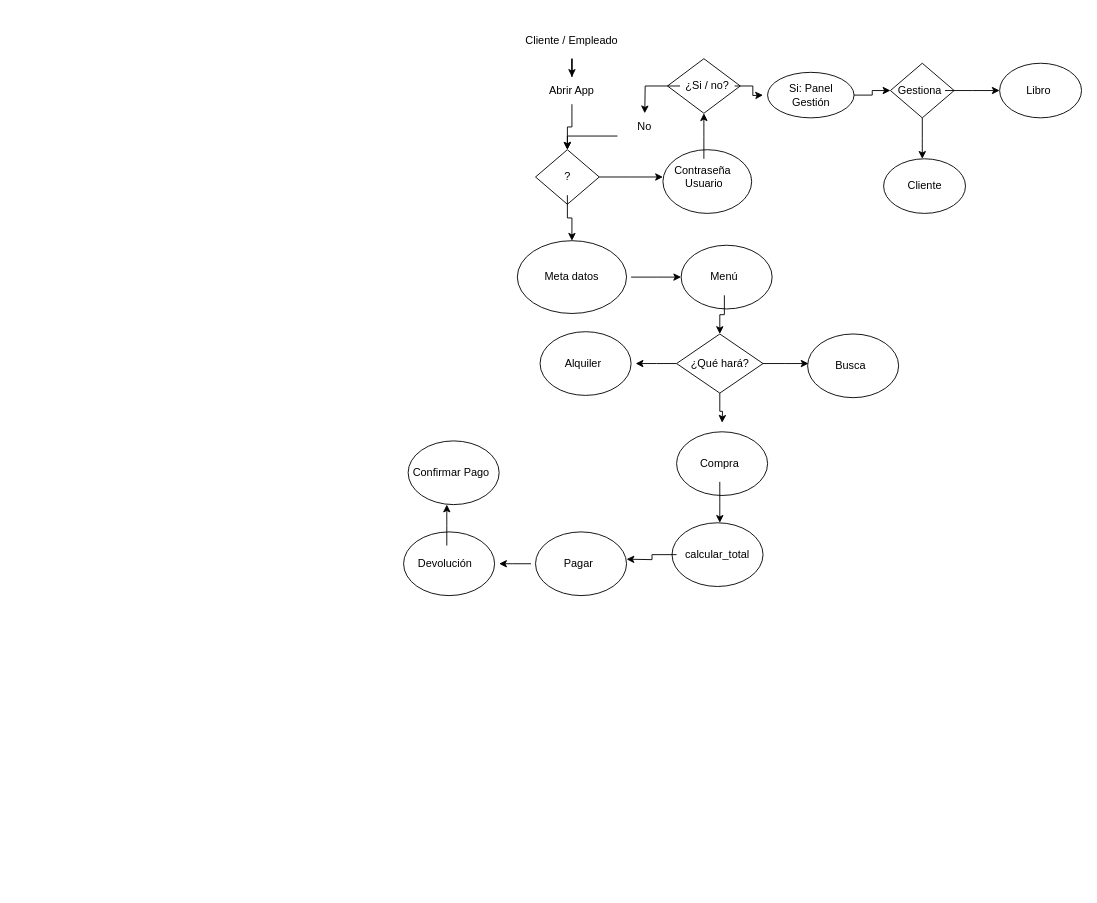
Above: Entornos de Desarrollo/Diagrama Actividades.drawio in UserUnknown27/ProyectoFinDeCursoGrupo5 (draw.io), before the change. Source tidied: cells renumbered, new cells numbered last; positions are measured from the earlier drawing's top-left corner, leaving out a move shared by most shapes. Both pictures are drawn from the tidied source at 91%, with x=0, y=0 at pixel (399, 22).
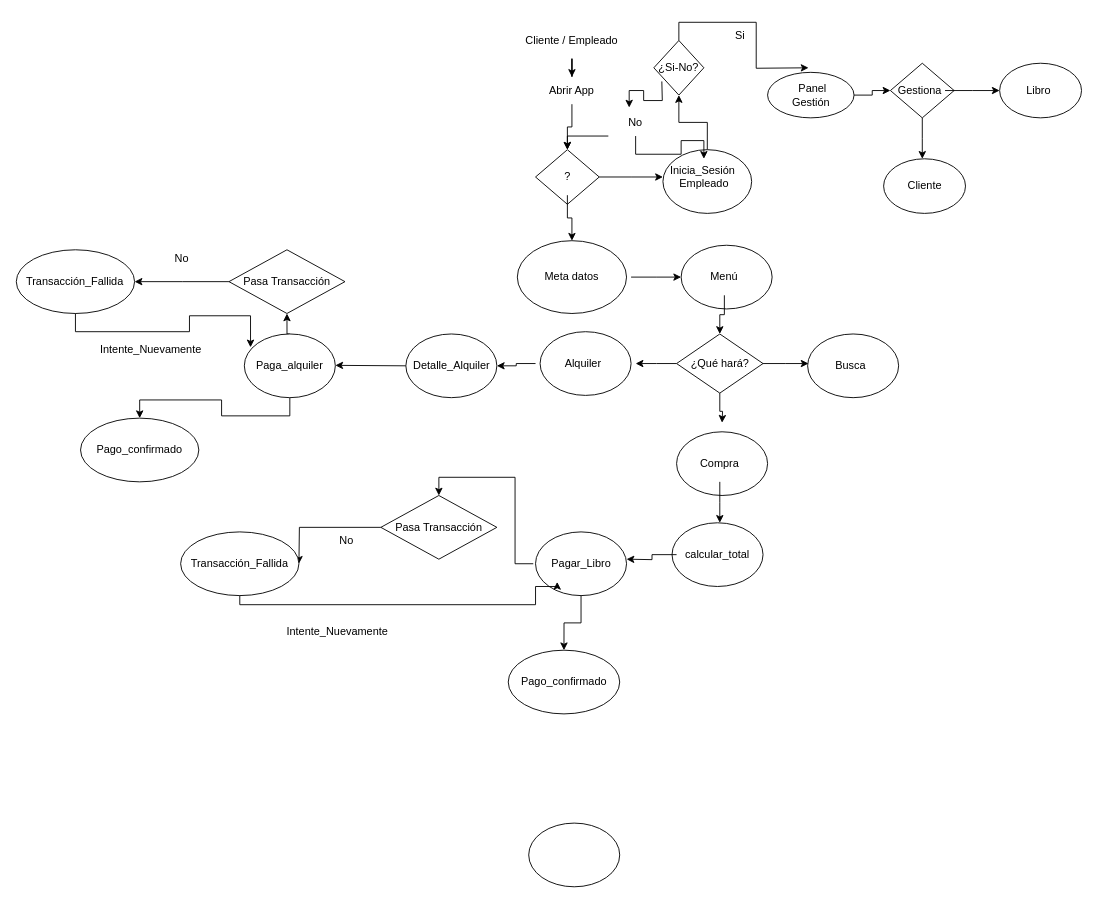
The same diagram, later.

Commit message (it also covers changes not shown here):
Relación entre diagramas: dagrama_E-R, Modelo_Relacional, diagrama_Clases

Unchanged cells that the change refers to:
```xml
<mxCell id="22" value="Alquiler" style="text;html=1;whiteSpace=wrap;strokeColor=none;fillColor=none;align=center;verticalAlign=middle;rounded=0;" parent="1" vertex="1">
  <mxGeometry x="150" y="355" width="105" height="40" as="geometry" />
</mxCell>
<mxCell id="31" style="ellipse;whiteSpace=wrap;html=1;" parent="1" vertex="1">
  <mxGeometry x="150" y="560" width="100" height="70" as="geometry" />
</mxCell>
<mxCell id="39" style="ellipse;whiteSpace=wrap;html=1;" parent="1" vertex="1">
  <mxGeometry x="290" y="140" width="97.5" height="70" as="geometry" />
</mxCell>
```

Change to the diagram source:
```diff
@@
+    <mxCell id="59" style="edgeStyle=orthogonalEdgeStyle;rounded=0;jettySize=auto;html=1;exitX=0;exitY=0.5;exitDx=0;exitDy=0;entryX=1;entryY=0.5;entryDx=0;entryDy=0;" parent="1" edge="1" source="22" target="66">
+      <mxGeometry relative="1" as="geometry" />
+    </mxCell>
@@
+    <mxCell id="60" style="edgeStyle=orthogonalEdgeStyle;rounded=0;jettySize=auto;html=1;exitX=0.5;exitY=1;exitDx=0;exitDy=0;entryX=0.5;entryY=0;entryDx=0;entryDy=0;" parent="1" edge="1" source="31" target="37">
+      <mxGeometry relative="1" as="geometry" />
+    </mxCell>
@@
-    <mxCell id="32" style="edgeStyle=orthogonalEdgeStyle;rounded=0;jettySize=auto;html=1;" parent="1" edge="1" source="33">
-      <mxGeometry relative="1" as="geometry">
-        <mxPoint x="110" y="595" as="targetPoint" />
-      </mxGeometry>
-    </mxCell>
+    <mxCell id="61" style="edgeStyle=orthogonalEdgeStyle;rounded=0;jettySize=auto;html=1;entryX=0.5;entryY=0;entryDx=0;entryDy=0;" parent="1" edge="1" source="33" target="72">
+      <mxGeometry relative="1" as="geometry" />
+    </mxCell>
-    <mxCell id="33" value="Pagar" style="text;html=1;whiteSpace=wrap;strokeColor=none;fillColor=none;align=center;verticalAlign=middle;rounded=0;" parent="1" vertex="1">
-      <mxGeometry x="145" y="575" width="105" height="40" as="geometry" />
+    <mxCell id="33" value="Pagar_Libro" style="text;html=1;whiteSpace=wrap;strokeColor=none;fillColor=none;align=center;verticalAlign=middle;rounded=0;" parent="1" vertex="1">
+      <mxGeometry x="147.5" y="575" width="105" height="40" as="geometry" />
     </mxCell>
     <mxCell id="34" style="ellipse;whiteSpace=wrap;html=1;" parent="1" vertex="1">
-      <mxGeometry x="5" y="560" width="100" height="70" as="geometry" />
+      <mxGeometry x="142.5" y="880" width="100" height="70" as="geometry" />
     </mxCell>
-    <mxCell id="35" style="edgeStyle=orthogonalEdgeStyle;rounded=0;jettySize=auto;html=1;" parent="1" edge="1" source="36">
-      <mxGeometry relative="1" as="geometry">
-        <mxPoint x="52.5" y="530" as="targetPoint" />
-      </mxGeometry>
-    </mxCell>
-    <mxCell id="36" value="Devolución&amp;nbsp;" style="text;html=1;whiteSpace=wrap;strokeColor=none;fillColor=none;align=center;verticalAlign=middle;rounded=0;" parent="1" vertex="1">
-      <mxGeometry y="575" width="105" height="40" as="geometry" />
-    </mxCell>
-    <mxCell id="37" style="ellipse;whiteSpace=wrap;html=1;" parent="1" vertex="1">
-      <mxGeometry x="10" y="460" width="100" height="70" as="geometry" />
+    <mxCell id="37" value="Pago_confirmado" style="ellipse;whiteSpace=wrap;html=1;" parent="1" vertex="1">
+      <mxGeometry x="120" y="690" width="122.5" height="70" as="geometry" />
     </mxCell>
-    <mxCell id="38" value="Confirmar Pago" style="text;html=1;whiteSpace=wrap;strokeColor=none;fillColor=none;align=center;verticalAlign=middle;rounded=0;" parent="1" vertex="1">
-      <mxGeometry x="5" y="475" width="105" height="40" as="geometry" />
-    </mxCell>
+    <mxCell id="62" style="edgeStyle=orthogonalEdgeStyle;rounded=0;jettySize=auto;html=1;exitX=0.5;exitY=0;exitDx=0;exitDy=0;" parent="1" edge="1" source="39" target="42">
+      <mxGeometry relative="1" as="geometry" />
+    </mxCell>
@@
-    <mxCell id="40" style="edgeStyle=orthogonalEdgeStyle;rounded=0;jettySize=auto;html=1;" parent="1" edge="1" source="41">
-      <mxGeometry relative="1" as="geometry">
-        <mxPoint x="335" y="100" as="targetPoint" />
-      </mxGeometry>
-    </mxCell>
-    <mxCell id="41" value="Contraseña&amp;nbsp;&lt;div&gt;Usuario&lt;/div&gt;" style="text;html=1;whiteSpace=wrap;strokeColor=none;fillColor=none;align=center;verticalAlign=middle;rounded=0;" parent="1" vertex="1">
+    <mxCell id="41" value="Inicia_Sesión&amp;nbsp;&lt;div&gt;Empleado&lt;/div&gt;" style="text;html=1;whiteSpace=wrap;strokeColor=none;fillColor=none;align=center;verticalAlign=middle;rounded=0;" parent="1" vertex="1">
       <mxGeometry x="282.5" y="150" width="105" height="40" as="geometry" />
     </mxCell>
-    <mxCell id="42" style="rhombus;whiteSpace=wrap;html=1;" parent="1" vertex="1">
-      <mxGeometry x="295" y="40" width="80" height="60" as="geometry" />
+    <mxCell id="42" value="¿Si-No?" style="rhombus;whiteSpace=wrap;html=1;" parent="1" vertex="1">
+      <mxGeometry x="280" y="20" width="55" height="60" as="geometry" />
     </mxCell>
-    <mxCell id="43" style="edgeStyle=orthogonalEdgeStyle;rounded=0;jettySize=auto;html=1;" parent="1" edge="1" source="45">
+    <mxCell id="43" style="edgeStyle=orthogonalEdgeStyle;rounded=0;jettySize=auto;html=1;entryX=0.382;entryY=-0.044;entryDx=0;entryDy=0;entryPerimeter=0;" parent="1" edge="1" target="47">
       <mxGeometry relative="1" as="geometry">
-        <mxPoint x="270" y="100" as="targetPoint" />
+        <mxPoint x="288.8" y="65" as="sourcePoint" />
       </mxGeometry>
     </mxCell>
-    <mxCell id="44" style="edgeStyle=orthogonalEdgeStyle;rounded=0;jettySize=auto;html=1;" parent="1" edge="1" source="45">
+    <mxCell id="44" style="edgeStyle=orthogonalEdgeStyle;rounded=0;jettySize=auto;html=1;exitX=0.5;exitY=0;exitDx=0;exitDy=0;" parent="1" edge="1" source="42">
       <mxGeometry relative="1" as="geometry">
-        <mxPoint x="400" y="80" as="targetPoint" />
+        <mxPoint x="450" y="50" as="targetPoint" />
       </mxGeometry>
     </mxCell>
-    <mxCell id="45" value="¿Si / no?" style="text;html=1;whiteSpace=wrap;strokeColor=none;fillColor=none;align=center;verticalAlign=middle;rounded=0;" parent="1" vertex="1">
-      <mxGeometry x="308.8" y="55" width="60" height="30" as="geometry" />
-    </mxCell>
@@
+    <mxCell id="63" style="edgeStyle=orthogonalEdgeStyle;rounded=0;jettySize=auto;html=1;" parent="1" edge="1" source="47" target="41">
+      <mxGeometry relative="1" as="geometry" />
+    </mxCell>
     <mxCell id="47" value="No" style="text;html=1;whiteSpace=wrap;strokeColor=none;fillColor=none;align=center;verticalAlign=middle;rounded=0;" parent="1" vertex="1">
-      <mxGeometry x="240" y="100" width="60" height="30" as="geometry" />
+      <mxGeometry x="230" y="95" width="60" height="30" as="geometry" />
     </mxCell>
@@
-    <mxCell id="50" value="Si: Panel Gestión" style="text;html=1;whiteSpace=wrap;strokeColor=none;fillColor=none;align=center;verticalAlign=middle;rounded=0;" parent="1" vertex="1">
+    <mxCell id="50" value="&amp;nbsp;Panel Gestión" style="text;html=1;whiteSpace=wrap;strokeColor=none;fillColor=none;align=center;verticalAlign=middle;rounded=0;" parent="1" vertex="1">
       <mxGeometry x="422.5" y="65" width="60" height="30" as="geometry" />
     </mxCell>
@@
+    <mxCell id="64" value="Si" style="text;html=1;whiteSpace=wrap;strokeColor=none;fillColor=none;align=center;verticalAlign=middle;rounded=0;" parent="1" vertex="1">
+      <mxGeometry x="345" width="60" height="30" as="geometry" />
+    </mxCell>
+    <mxCell id="65" style="edgeStyle=orthogonalEdgeStyle;rounded=0;jettySize=auto;html=1;exitX=0;exitY=0.5;exitDx=0;exitDy=0;" parent="1" edge="1" source="66">
+      <mxGeometry relative="1" as="geometry">
+        <mxPoint x="-70" y="377" as="targetPoint" />
+      </mxGeometry>
+    </mxCell>
+    <mxCell id="66" value="Detalle_Alquiler" style="ellipse;whiteSpace=wrap;html=1;" parent="1" vertex="1">
+      <mxGeometry x="7.5" y="342.5" width="100" height="70" as="geometry" />
+    </mxCell>
+    <mxCell id="67" style="edgeStyle=orthogonalEdgeStyle;rounded=0;jettySize=auto;html=1;exitX=0.5;exitY=1;exitDx=0;exitDy=0;" parent="1" edge="1" source="69" target="70">
+      <mxGeometry relative="1" as="geometry" />
+    </mxCell>
+    <mxCell id="68" style="edgeStyle=orthogonalEdgeStyle;rounded=0;jettySize=auto;html=1;exitX=0.5;exitY=0;exitDx=0;exitDy=0;entryX=0.5;entryY=1;entryDx=0;entryDy=0;" parent="1" edge="1" source="69" target="76">
+      <mxGeometry relative="1" as="geometry" />
+    </mxCell>
+    <mxCell id="69" value="Paga_alquiler" style="ellipse;whiteSpace=wrap;html=1;" parent="1" vertex="1">
+      <mxGeometry x="-170" y="342.5" width="100" height="70" as="geometry" />
+    </mxCell>
+    <mxCell id="70" value="Pago_confirmado" style="ellipse;whiteSpace=wrap;html=1;" parent="1" vertex="1">
+      <mxGeometry x="-350" y="435" width="130" height="70" as="geometry" />
+    </mxCell>
+    <mxCell id="71" style="edgeStyle=orthogonalEdgeStyle;rounded=0;jettySize=auto;html=1;" parent="1" edge="1" source="72">
+      <mxGeometry relative="1" as="geometry">
+        <mxPoint x="-110" y="595" as="targetPoint" />
+      </mxGeometry>
+    </mxCell>
+    <mxCell id="72" value="Pasa Transacción" style="rhombus;whiteSpace=wrap;html=1;" parent="1" vertex="1">
+      <mxGeometry x="-20" y="520" width="127.5" height="70" as="geometry" />
+    </mxCell>
+    <mxCell id="73" value="Transacción_Fallida" style="ellipse;whiteSpace=wrap;html=1;" parent="1" vertex="1">
+      <mxGeometry x="-240" y="560" width="130" height="70" as="geometry" />
+    </mxCell>
+    <mxCell id="74" value="No" style="text;html=1;whiteSpace=wrap;strokeColor=none;fillColor=none;align=center;verticalAlign=middle;rounded=0;" parent="1" vertex="1">
+      <mxGeometry x="-110" y="550" width="105" height="40" as="geometry" />
+    </mxCell>
+    <mxCell id="75" style="edgeStyle=orthogonalEdgeStyle;rounded=0;jettySize=auto;html=1;" parent="1" edge="1" source="76">
+      <mxGeometry relative="1" as="geometry">
+        <mxPoint x="-290.6" y="285" as="targetPoint" />
+      </mxGeometry>
+    </mxCell>
+    <mxCell id="76" value="Pasa Transacción" style="rhombus;whiteSpace=wrap;html=1;" parent="1" vertex="1">
+      <mxGeometry x="-186.9" y="250" width="127.5" height="70" as="geometry" />
+    </mxCell>
+    <mxCell id="77" value="No" style="text;html=1;whiteSpace=wrap;strokeColor=none;fillColor=none;align=center;verticalAlign=middle;rounded=0;" parent="1" vertex="1">
+      <mxGeometry x="-290.6" y="240" width="105" height="40" as="geometry" />
+    </mxCell>
+    <mxCell id="78" value="Transacción_Fallida" style="ellipse;whiteSpace=wrap;html=1;" parent="1" vertex="1">
+      <mxGeometry x="-420.6" y="250" width="130" height="70" as="geometry" />
+    </mxCell>
+    <mxCell id="79" style="edgeStyle=orthogonalEdgeStyle;rounded=0;jettySize=auto;html=1;exitX=0.5;exitY=1;exitDx=0;exitDy=0;entryX=0.068;entryY=0.21;entryDx=0;entryDy=0;entryPerimeter=0;" parent="1" edge="1" source="78" target="69">
+      <mxGeometry relative="1" as="geometry" />
+    </mxCell>
+    <mxCell id="80" value="Intente_Nuevamente" style="text;html=1;whiteSpace=wrap;strokeColor=none;fillColor=none;align=center;verticalAlign=middle;rounded=0;" parent="1" vertex="1">
+      <mxGeometry x="-325" y="340" width="105" height="40" as="geometry" />
+    </mxCell>
+    <mxCell id="81" value="Intente_Nuevamente" style="text;html=1;whiteSpace=wrap;strokeColor=none;fillColor=none;align=center;verticalAlign=middle;rounded=0;" parent="1" vertex="1">
+      <mxGeometry x="-120" y="650" width="105" height="40" as="geometry" />
+    </mxCell>
+    <mxCell id="82" style="edgeStyle=orthogonalEdgeStyle;rounded=0;jettySize=auto;html=1;exitX=0.5;exitY=1;exitDx=0;exitDy=0;entryX=0.25;entryY=1;entryDx=0;entryDy=0;" parent="1" edge="1" source="73" target="33">
+      <mxGeometry relative="1" as="geometry">
+        <Array as="points">
+          <mxPoint x="-175" y="640" />
+          <mxPoint x="150" y="640" />
+          <mxPoint x="150" y="620" />
+        </Array>
+      </mxGeometry>
+    </mxCell>
```
